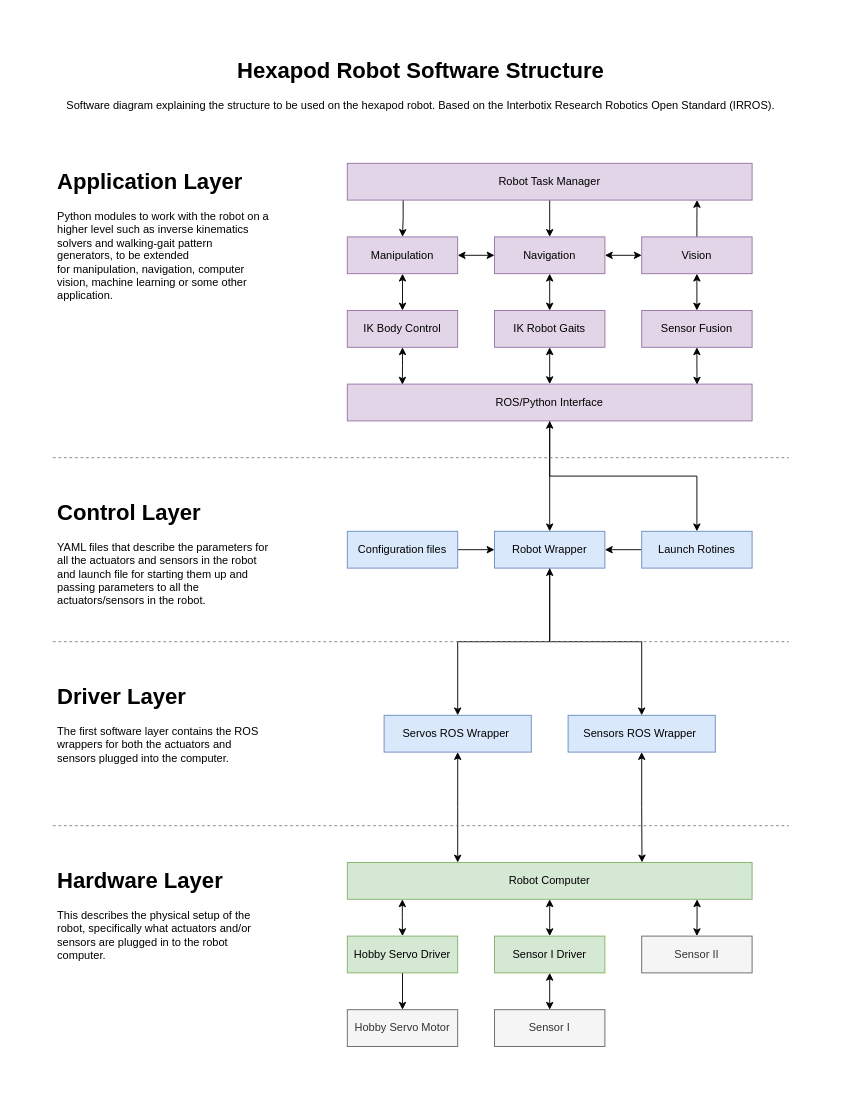
Above: docs/software_structure.drawio in gabriel-rreis/shelob-robot (draw.io), before the change. Source tidied: cells renumbered, new cells numbered last; positions are measured from the earlier drawing's top-left corner, leaving out a move shared by most shapes. Both pictures are drawn from the tidied source at 92%, with x=0, y=0 at pixel (52, 52).
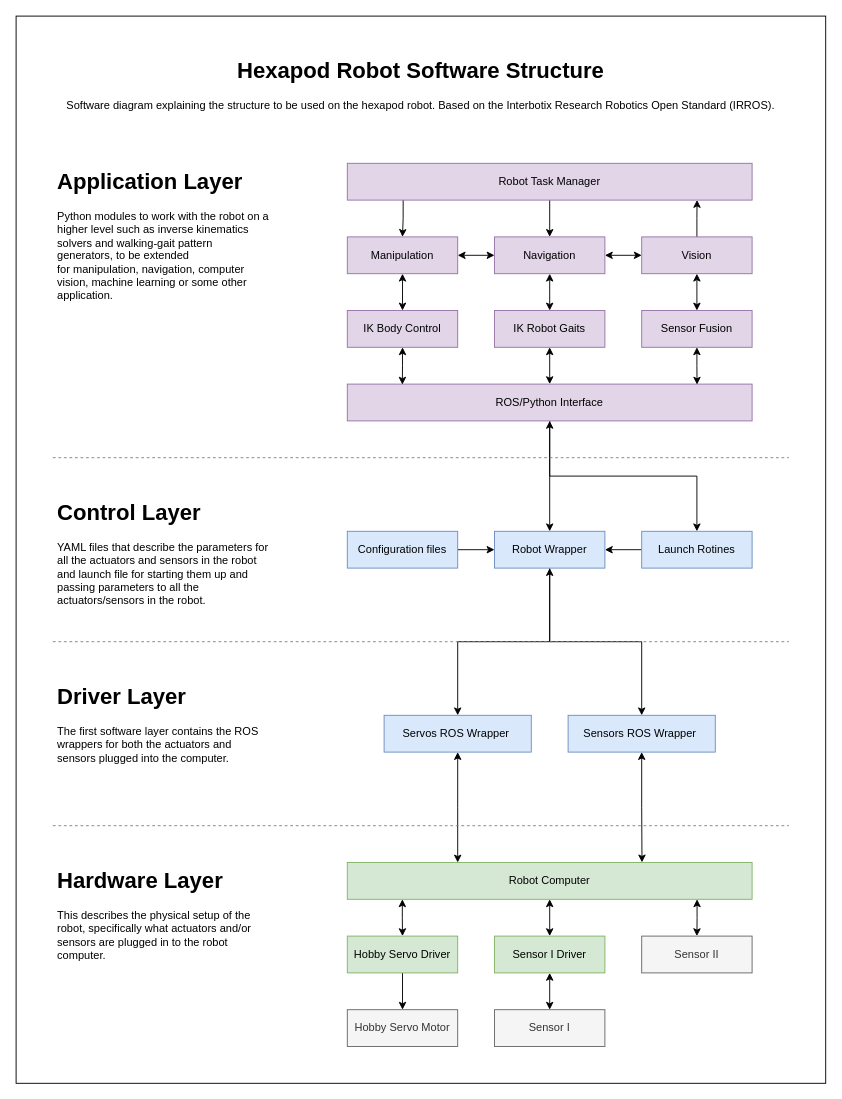
The same page after the edit.

Diff of the diagram source:
```diff
@@
+    <mxCell id="53" style="rounded=0;whiteSpace=wrap;html=1;" parent="1" vertex="1">
+      <mxGeometry x="-40" y="-40" width="880" height="1160" as="geometry" />
+    </mxCell>
```
